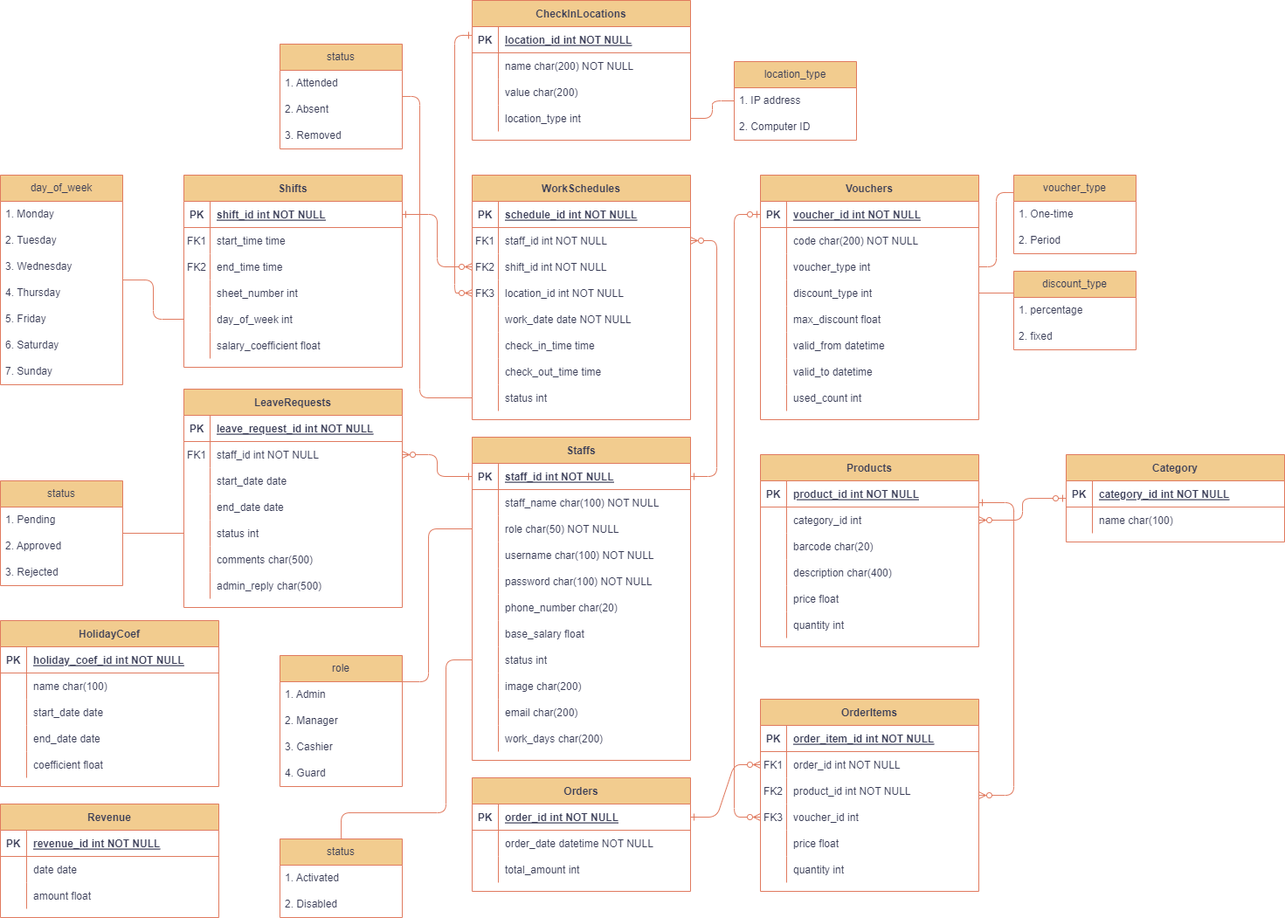
This is diagram/ERD.png from HieuNghia0000/SWP-Team-3, a draw.io export, as it was before one commit. Source tidied: cells renumbered, new cells last; positions are measured from the earlier drawing's top-left corner, leaving out a move shared by most shapes.
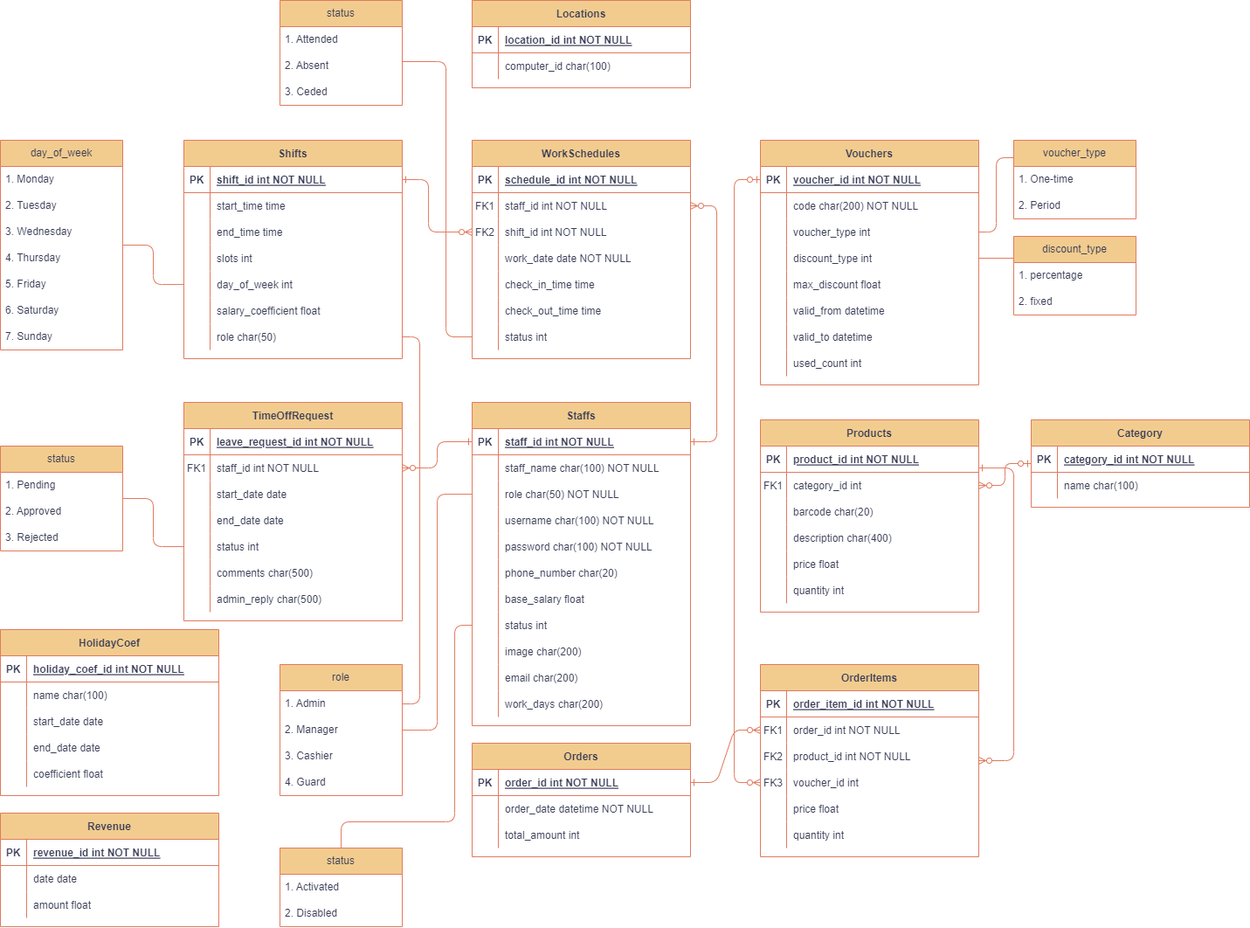
The same diagram one commit later.

Diff of the diagram source:
```diff
@@ -19,3 +19,3 @@
     </mxCell>
-    <mxCell id="7" style="shape=partialRectangle;overflow=hidden;fillColor=none;top=0;left=0;bottom=0;right=0;labelBackgroundColor=none;strokeColor=#E07A5F;fontColor=#393C56;" parent="6" vertex="1">
+    <mxCell id="7" value="FK1" style="shape=partialRectangle;overflow=hidden;fillColor=none;top=0;left=0;bottom=0;right=0;labelBackgroundColor=none;strokeColor=#E07A5F;fontColor=#393C56;" parent="6" vertex="1">
       <mxGeometry width="30" height="30" as="geometry" />
@@ -271,3 +271,3 @@
     <mxCell id="89" value="WorkSchedules" style="shape=table;startSize=30;rowLines=0;fontStyle=1;align=center;labelBackgroundColor=none;fillColor=#F2CC8F;strokeColor=#E07A5F;fontColor=#393C56;" parent="1" vertex="1">
-      <mxGeometry x="540" y="200" width="250" height="280" as="geometry" />
+      <mxGeometry x="540" y="200" width="250" height="250" as="geometry" />
     </mxCell>
@@ -300,13 +300,4 @@
     </mxCell>
-    <mxCell id="99" style="shape=partialRectangle;fillColor=none;points=[[0,0.5],[1,0.5]];portConstraint=eastwest;top=0;left=0;right=0;bottom=0;labelBackgroundColor=none;strokeColor=#E07A5F;fontColor=#393C56;" parent="89" vertex="1">
-      <mxGeometry y="120" width="250" height="30" as="geometry" />
-    </mxCell>
-    <mxCell id="100" value="FK3" style="shape=partialRectangle;overflow=hidden;fillColor=none;top=0;left=0;bottom=0;right=0;labelBackgroundColor=none;strokeColor=#E07A5F;fontColor=#393C56;" parent="99" vertex="1">
-      <mxGeometry width="30" height="30" as="geometry" />
-    </mxCell>
-    <mxCell id="101" value="location_id int NOT NULL" style="shape=partialRectangle;overflow=hidden;fillColor=none;top=0;left=0;bottom=0;right=0;align=left;spacingLeft=6;labelBackgroundColor=none;strokeColor=#E07A5F;fontColor=#393C56;" parent="99" vertex="1">
-      <mxGeometry x="30" width="220" height="30" as="geometry" />
-    </mxCell>
     <mxCell id="102" style="shape=partialRectangle;fillColor=none;top=0;left=0;right=0;bottom=0;labelBackgroundColor=none;strokeColor=#E07A5F;fontColor=#393C56;" parent="89" vertex="1">
-      <mxGeometry y="150" width="250" height="30" as="geometry" />
+      <mxGeometry y="120" width="250" height="30" as="geometry" />
     </mxCell>
@@ -319,3 +310,3 @@
     <mxCell id="105" style="shape=partialRectangle;fillColor=none;top=0;left=0;right=0;bottom=0;labelBackgroundColor=none;strokeColor=#E07A5F;fontColor=#393C56;" parent="89" vertex="1">
-      <mxGeometry y="180" width="250" height="30" as="geometry" />
+      <mxGeometry y="150" width="250" height="30" as="geometry" />
     </mxCell>
@@ -328,3 +319,3 @@
     <mxCell id="108" style="shape=partialRectangle;fillColor=none;top=0;left=0;right=0;bottom=0;labelBackgroundColor=none;strokeColor=#E07A5F;fontColor=#393C56;" parent="89" vertex="1">
-      <mxGeometry y="210" width="250" height="30" as="geometry" />
+      <mxGeometry y="180" width="250" height="30" as="geometry" />
     </mxCell>
@@ -337,3 +328,3 @@
     <mxCell id="111" style="shape=partialRectangle;fillColor=none;points=[[0,0.5],[1,0.5]];portConstraint=eastwest;top=0;left=0;right=0;bottom=0;labelBackgroundColor=none;strokeColor=#E07A5F;fontColor=#393C56;" parent="89" vertex="1">
-      <mxGeometry y="240" width="250" height="30" as="geometry" />
+      <mxGeometry y="210" width="250" height="30" as="geometry" />
     </mxCell>
@@ -381,3 +372,3 @@
     <mxCell id="124" value="Shifts" style="shape=table;startSize=30;rowLines=0;fontStyle=1;align=center;labelBackgroundColor=none;fillColor=#F2CC8F;strokeColor=#E07A5F;fontColor=#393C56;" parent="1" vertex="1">
-      <mxGeometry x="210" y="200" width="250" height="220" as="geometry" />
+      <mxGeometry x="210" y="200" width="250" height="250" as="geometry" />
     </mxCell>
@@ -395,3 +386,3 @@
     </mxCell>
-    <mxCell id="129" value="FK1" style="shape=partialRectangle;overflow=hidden;fillColor=none;top=0;left=0;bottom=0;right=0;labelBackgroundColor=none;strokeColor=#E07A5F;fontColor=#393C56;" parent="128" vertex="1">
+    <mxCell id="129" style="shape=partialRectangle;overflow=hidden;fillColor=none;top=0;left=0;bottom=0;right=0;labelBackgroundColor=none;strokeColor=#E07A5F;fontColor=#393C56;" parent="128" vertex="1">
       <mxGeometry width="30" height="30" as="geometry" />
@@ -404,3 +395,3 @@
     </mxCell>
-    <mxCell id="132" value="FK2" style="shape=partialRectangle;overflow=hidden;fillColor=none;top=0;left=0;bottom=0;right=0;labelBackgroundColor=none;strokeColor=#E07A5F;fontColor=#393C56;" parent="131" vertex="1">
+    <mxCell id="132" style="shape=partialRectangle;overflow=hidden;fillColor=none;top=0;left=0;bottom=0;right=0;labelBackgroundColor=none;strokeColor=#E07A5F;fontColor=#393C56;" parent="131" vertex="1">
       <mxGeometry width="30" height="30" as="geometry" />
@@ -416,3 +407,3 @@
     </mxCell>
-    <mxCell id="136" value="sheet_number int" style="shape=partialRectangle;overflow=hidden;fillColor=none;top=0;left=0;bottom=0;right=0;align=left;spacingLeft=6;labelBackgroundColor=none;strokeColor=#E07A5F;fontColor=#393C56;" parent="134" vertex="1">
+    <mxCell id="136" value="slots int" style="shape=partialRectangle;overflow=hidden;fillColor=none;top=0;left=0;bottom=0;right=0;align=left;spacingLeft=6;labelBackgroundColor=none;strokeColor=#E07A5F;fontColor=#393C56;" parent="134" vertex="1">
       <mxGeometry x="30" width="220" height="30" as="geometry" />
@@ -437,7 +428,21 @@
     </mxCell>
+    <mxCell id="270" style="shape=partialRectangle;fillColor=none;points=[[0,0.5],[1,0.5]];portConstraint=eastwest;top=0;left=0;right=0;bottom=0;labelBackgroundColor=none;strokeColor=#E07A5F;fontColor=#393C56;" parent="124" vertex="1">
+      <mxGeometry y="210" width="250" height="30" as="geometry" />
+    </mxCell>
+    <mxCell id="271" style="shape=partialRectangle;overflow=hidden;fillColor=none;top=0;left=0;bottom=0;right=0;labelBackgroundColor=none;strokeColor=#E07A5F;fontColor=#393C56;" parent="270" vertex="1">
+      <mxGeometry width="30" height="30" as="geometry" />
+    </mxCell>
+    <mxCell id="272" value="role char(50)" style="shape=partialRectangle;overflow=hidden;fillColor=none;top=0;left=0;bottom=0;right=0;align=left;spacingLeft=6;labelBackgroundColor=none;strokeColor=#E07A5F;fontColor=#393C56;" parent="270" vertex="1">
+      <mxGeometry x="30" width="220" height="30" as="geometry" />
+    </mxCell>
     <mxCell id="143" style="edgeStyle=orthogonalEdgeStyle;rounded=1;jettySize=auto;html=1;endArrow=ERzeroToMany;endFill=0;startArrow=ERone;startFill=0;labelBackgroundColor=none;strokeColor=#E07A5F;fontColor=default;" parent="1" edge="1" source="125" target="96">
-      <mxGeometry relative="1" as="geometry" />
+      <mxGeometry relative="1" as="geometry">
+        <Array as="points">
+          <mxPoint x="490" y="245" />
+          <mxPoint x="490" y="305" />
+        </Array>
+      </mxGeometry>
     </mxCell>
     <mxCell id="144" value="HolidayCoef" style="shape=table;startSize=30;rowLines=0;fontStyle=1;align=center;labelBackgroundColor=none;fillColor=#F2CC8F;strokeColor=#E07A5F;fontColor=#393C56;" parent="1" vertex="1">
-      <mxGeometry y="710" width="250" height="190" as="geometry" />
+      <mxGeometry y="760" width="250" height="190" as="geometry" />
     </mxCell>
@@ -488,4 +493,4 @@
     </mxCell>
-    <mxCell id="160" value="LeaveRequests" style="shape=table;startSize=30;rowLines=0;fontStyle=1;align=center;labelBackgroundColor=none;fillColor=#F2CC8F;strokeColor=#E07A5F;fontColor=#393C56;" parent="1" vertex="1">
-      <mxGeometry x="210" y="445" width="250" height="250" as="geometry" />
+    <mxCell id="160" value="TimeOffRequest" style="shape=table;startSize=30;rowLines=0;fontStyle=1;align=center;labelBackgroundColor=none;fillColor=#F2CC8F;strokeColor=#E07A5F;fontColor=#393C56;" parent="1" vertex="1">
+      <mxGeometry x="210" y="500" width="250" height="250" as="geometry" />
     </mxCell>
@@ -558,3 +563,3 @@
     <mxCell id="183" value="Revenue" style="shape=table;startSize=30;rowLines=0;fontStyle=1;align=center;labelBackgroundColor=none;fillColor=#F2CC8F;strokeColor=#E07A5F;fontColor=#393C56;" parent="1" vertex="1">
-      <mxGeometry y="920" width="250" height="130" as="geometry" />
+      <mxGeometry y="970" width="250" height="130" as="geometry" />
     </mxCell>
@@ -605,3 +610,4 @@
         <Array as="points">
-          <mxPoint x="480" y="455" />
+          <mxPoint x="510" y="110" />
+          <mxPoint x="510" y="425" />
         </Array>
@@ -610,3 +616,3 @@
     <mxCell id="199" value="&lt;span style=&quot;text-align: left;&quot;&gt;status&lt;/span&gt;" style="swimlane;fontStyle=0;horizontal=1;startSize=30;whiteSpace=wrap;html=1;labelBackgroundColor=none;fillColor=#F2CC8F;strokeColor=#E07A5F;fontColor=#393C56;" parent="1" vertex="1">
-      <mxGeometry x="320" y="50" width="140" height="120" as="geometry" />
+      <mxGeometry x="320" y="40" width="140" height="120" as="geometry" />
     </mxCell>
@@ -618,3 +624,3 @@
     </mxCell>
-    <mxCell id="202" value="3. Removed" style="text;strokeColor=none;fillColor=none;align=left;verticalAlign=middle;spacingLeft=4;spacingRight=4;overflow=hidden;whiteSpace=wrap;html=1;labelBackgroundColor=none;fontColor=#393C56;" parent="199" vertex="1">
+    <mxCell id="202" value="3. Ceded" style="text;strokeColor=none;fillColor=none;align=left;verticalAlign=middle;spacingLeft=4;spacingRight=4;overflow=hidden;whiteSpace=wrap;html=1;labelBackgroundColor=none;fontColor=#393C56;" parent="199" vertex="1">
       <mxGeometry y="90" width="140" height="30" as="geometry" />
@@ -712,3 +718,3 @@
     <mxCell id="230" value="&lt;span style=&quot;text-align: left;&quot;&gt;role&lt;/span&gt;" style="swimlane;fontStyle=0;horizontal=1;startSize=30;whiteSpace=wrap;html=1;labelBackgroundColor=none;fillColor=#F2CC8F;strokeColor=#E07A5F;fontColor=#393C56;" parent="1" vertex="1">
-      <mxGeometry x="320" y="750" width="140" height="150" as="geometry" />
+      <mxGeometry x="320" y="800" width="140" height="150" as="geometry" />
     </mxCell>
@@ -729,4 +735,4 @@
         <Array as="points">
-          <mxPoint x="490" y="605" />
-          <mxPoint x="490" y="780" />
+          <mxPoint x="500" y="605" />
+          <mxPoint x="500" y="875" />
         </Array>
@@ -744,3 +750,3 @@
     <mxCell id="239" value="&lt;div style=&quot;text-align: left;&quot;&gt;&lt;span style=&quot;background-color: initial;&quot;&gt;status&lt;/span&gt;&lt;/div&gt;" style="swimlane;fontStyle=0;horizontal=1;startSize=30;whiteSpace=wrap;html=1;labelBackgroundColor=none;fillColor=#F2CC8F;strokeColor=#E07A5F;fontColor=#393C56;" parent="1" vertex="1">
-      <mxGeometry x="320" y="960" width="140" height="90" as="geometry" />
+      <mxGeometry x="320" y="1010" width="140" height="90" as="geometry" />
     </mxCell>
@@ -755,4 +761,5 @@
         <Array as="points">
-          <mxPoint x="510" y="930" />
-          <mxPoint x="510" y="755" />
+          <mxPoint x="390" y="980" />
+          <mxPoint x="520" y="980" />
+          <mxPoint x="520" y="755" />
         </Array>
@@ -760,4 +767,4 @@
     </mxCell>
-    <mxCell id="243" value="CheckInLocations" style="shape=table;startSize=30;rowLines=0;fontStyle=1;align=center;labelBackgroundColor=none;fillColor=#F2CC8F;strokeColor=#E07A5F;fontColor=#393C56;" parent="1" vertex="1">
-      <mxGeometry x="540" width="250" height="160" as="geometry" />
+    <mxCell id="243" value="Locations" style="shape=table;startSize=30;rowLines=0;fontStyle=1;align=center;labelBackgroundColor=none;fillColor=#F2CC8F;strokeColor=#E07A5F;fontColor=#393C56;" parent="1" vertex="1">
+      <mxGeometry x="540" y="40" width="250" height="100" as="geometry" />
     </mxCell>
@@ -778,43 +785,5 @@
     </mxCell>
-    <mxCell id="249" value="name char(200) NOT NULL" style="shape=partialRectangle;overflow=hidden;fillColor=none;top=0;left=0;bottom=0;right=0;align=left;spacingLeft=6;labelBackgroundColor=none;strokeColor=#E07A5F;fontColor=#393C56;" parent="247" vertex="1">
+    <mxCell id="249" value="computer_id char(100)" style="shape=partialRectangle;overflow=hidden;fillColor=none;top=0;left=0;bottom=0;right=0;align=left;spacingLeft=6;labelBackgroundColor=none;strokeColor=#E07A5F;fontColor=#393C56;" parent="247" vertex="1">
       <mxGeometry x="30" width="220" height="30" as="geometry" />
     </mxCell>
-    <mxCell id="250" style="shape=partialRectangle;fillColor=none;top=0;left=0;right=0;bottom=0;labelBackgroundColor=none;strokeColor=#E07A5F;fontColor=#393C56;" parent="243" vertex="1">
-      <mxGeometry y="90" width="250" height="30" as="geometry" />
-    </mxCell>
-    <mxCell id="251" style="shape=partialRectangle;overflow=hidden;fillColor=none;top=0;left=0;bottom=0;right=0;labelBackgroundColor=none;strokeColor=#E07A5F;fontColor=#393C56;" parent="250" vertex="1">
-      <mxGeometry width="30" height="30" as="geometry" />
-    </mxCell>
-    <mxCell id="252" value="value char(200)" style="shape=partialRectangle;overflow=hidden;fillColor=none;top=0;left=0;bottom=0;right=0;align=left;spacingLeft=6;labelBackgroundColor=none;strokeColor=#E07A5F;fontColor=#393C56;" parent="250" vertex="1">
-      <mxGeometry x="30" width="220" height="30" as="geometry" />
-    </mxCell>
-    <mxCell id="253" style="shape=partialRectangle;fillColor=none;points=[[0,0.5],[1,0.5]];portConstraint=eastwest;top=0;left=0;right=0;bottom=0;labelBackgroundColor=none;strokeColor=#E07A5F;fontColor=#393C56;" parent="243" vertex="1">
-      <mxGeometry y="120" width="250" height="30" as="geometry" />
-    </mxCell>
-    <mxCell id="254" style="shape=partialRectangle;overflow=hidden;fillColor=none;top=0;left=0;bottom=0;right=0;labelBackgroundColor=none;strokeColor=#E07A5F;fontColor=#393C56;" parent="253" vertex="1">
-      <mxGeometry width="30" height="30" as="geometry" />
-    </mxCell>
-    <mxCell id="255" value="location_type int" style="shape=partialRectangle;overflow=hidden;fillColor=none;top=0;left=0;bottom=0;right=0;align=left;spacingLeft=6;labelBackgroundColor=none;strokeColor=#E07A5F;fontColor=#393C56;" parent="253" vertex="1">
-      <mxGeometry x="30" width="220" height="30" as="geometry" />
-    </mxCell>
-    <mxCell id="256" style="edgeStyle=orthogonalEdgeStyle;rounded=1;jettySize=auto;html=1;endArrow=ERzeroToMany;endFill=0;startArrow=ERone;startFill=0;labelBackgroundColor=none;strokeColor=#E07A5F;fontColor=default;" parent="1" edge="1" source="243" target="99">
-      <mxGeometry relative="1" as="geometry">
-        <Array as="points">
-          <mxPoint x="520" y="40" />
-          <mxPoint x="520" y="335" />
-        </Array>
-      </mxGeometry>
-    </mxCell>
-    <mxCell id="257" value="location_type" style="swimlane;fontStyle=0;horizontal=1;startSize=30;whiteSpace=wrap;html=1;labelBackgroundColor=none;fillColor=#F2CC8F;strokeColor=#E07A5F;fontColor=#393C56;" parent="1" vertex="1">
-      <mxGeometry x="840" y="70" width="140" height="90" as="geometry" />
-    </mxCell>
-    <mxCell id="258" value="1. IP address" style="text;strokeColor=none;fillColor=none;align=left;verticalAlign=middle;spacingLeft=4;spacingRight=4;overflow=hidden;whiteSpace=wrap;html=1;labelBackgroundColor=none;fontColor=#393C56;" parent="257" vertex="1">
-      <mxGeometry y="30" width="140" height="30" as="geometry" />
-    </mxCell>
-    <mxCell id="259" value="2. Computer ID" style="text;strokeColor=none;fillColor=none;align=left;verticalAlign=middle;spacingLeft=4;spacingRight=4;overflow=hidden;whiteSpace=wrap;html=1;labelBackgroundColor=none;fontColor=#393C56;" parent="257" vertex="1">
-      <mxGeometry y="60" width="140" height="30" as="geometry" />
-    </mxCell>
-    <mxCell id="260" style="edgeStyle=orthogonalEdgeStyle;rounded=1;jettySize=auto;html=1;endArrow=none;endFill=0;labelBackgroundColor=none;strokeColor=#E07A5F;fontColor=default;" parent="1" edge="1" source="253" target="257">
-      <mxGeometry relative="1" as="geometry" />
-    </mxCell>
     <mxCell id="261" style="edgeStyle=orthogonalEdgeStyle;rounded=1;jettySize=auto;html=1;labelBackgroundColor=none;strokeColor=#E07A5F;fontColor=default;startArrow=ERzeroToOne;startFill=0;endArrow=ERzeroToMany;endFill=0;" parent="1" edge="1" source="204" target="75">
@@ -827,3 +796,3 @@
     </mxCell>
-    <mxCell id="262" style="edgeStyle=orthogonalEdgeStyle;rounded=1;jettySize=auto;html=1;strokeColor=#E07A5F;fontColor=#393C56;fillColor=#F2CC8F;endArrow=ERzeroToOne;endFill=0;startArrow=ERzeroToMany;startFill=0;" parent="1" edge="1" source="6" target="263">
+    <mxCell id="262" style="edgeStyle=orthogonalEdgeStyle;rounded=1;jettySize=auto;html=1;strokeColor=#E07A5F;fontColor=default;fillColor=#F2CC8F;endArrow=ERzeroToOne;endFill=0;startArrow=ERzeroToMany;startFill=0;labelBackgroundColor=none;" parent="1" edge="1" source="6" target="263">
       <mxGeometry relative="1" as="geometry" />
@@ -831,3 +800,3 @@
     <mxCell id="263" value="Category" style="shape=table;startSize=30;rowLines=0;fontStyle=1;align=center;labelBackgroundColor=none;fillColor=#F2CC8F;strokeColor=#E07A5F;fontColor=#393C56;" parent="1" vertex="1">
-      <mxGeometry x="1220" y="520" width="250" height="100" as="geometry" />
+      <mxGeometry x="1180" y="520" width="250" height="100" as="geometry" />
     </mxCell>
@@ -851,2 +820,10 @@
     </mxCell>
+    <mxCell id="273" style="edgeStyle=orthogonalEdgeStyle;rounded=1;jettySize=auto;html=1;fillColor=#F2CC8F;strokeColor=#E07A5F;endArrow=none;endFill=0;labelBackgroundColor=none;fontColor=default;" parent="1" edge="1" source="231" target="270">
+      <mxGeometry relative="1" as="geometry">
+        <Array as="points">
+          <mxPoint x="480" y="845" />
+          <mxPoint x="480" y="425" />
+        </Array>
+      </mxGeometry>
+    </mxCell>
   </root>
```
